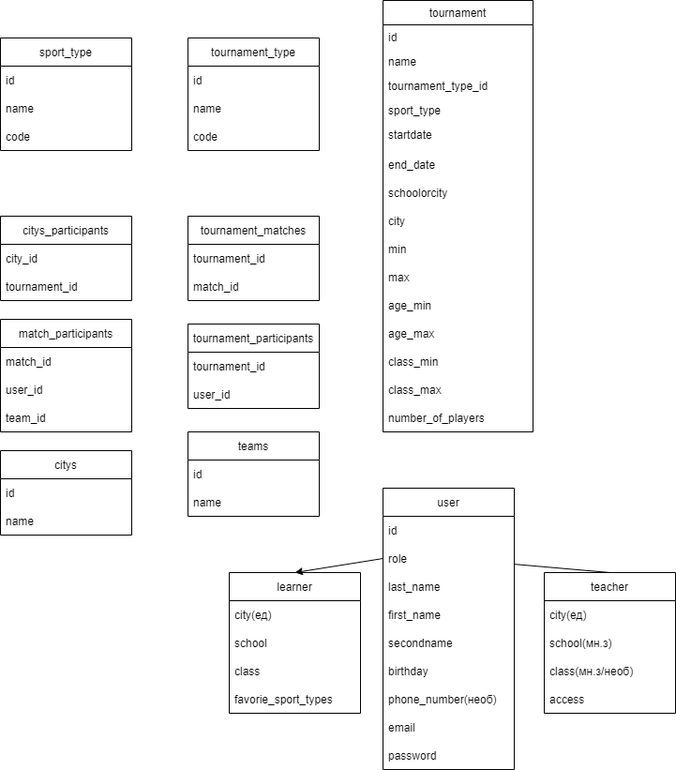
This is wiki/TournamentsUsers.png from SCSummer2022/backend, a draw.io export, as it was before one commit. Source tidied: cells renumbered, new cells last; positions are measured from the earlier drawing's top-left corner, leaving out a move shared by most shapes.
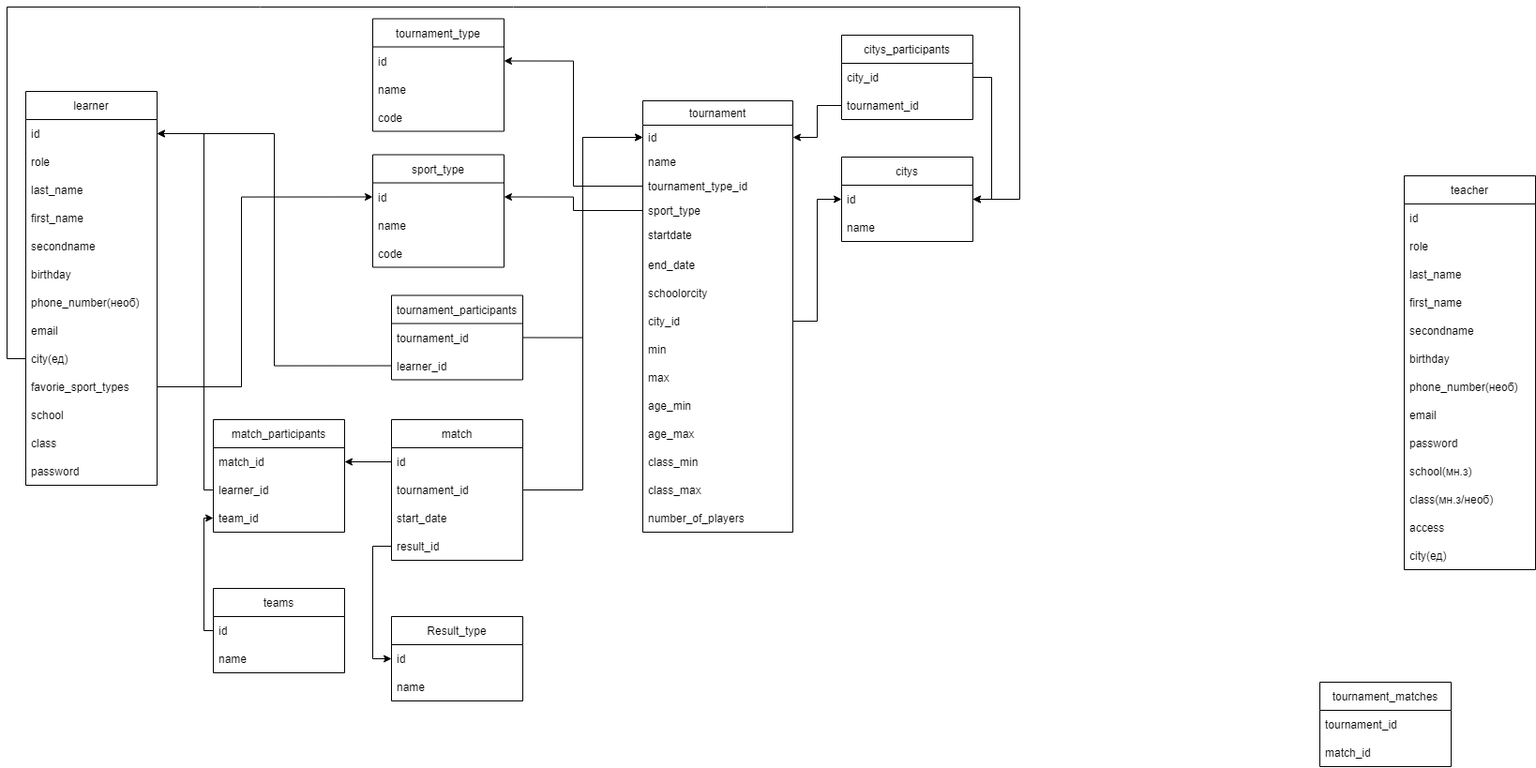
The same file after the commit.

Commit message:
Изменная схема  таблиц

The edit, as a diff of the source:
```diff
@@ -28,3 +28,3 @@
     </mxCell>
-    <mxCell id="10" value="city" style="text;strokeColor=none;fillColor=none;align=left;verticalAlign=middle;spacingLeft=4;spacingRight=4;overflow=hidden;points=[[0,0.5],[1,0.5]];portConstraint=eastwest;" parent="2" vertex="1">
+    <mxCell id="10" value="city_id" style="text;strokeColor=none;fillColor=none;align=left;verticalAlign=middle;spacingLeft=4;spacingRight=4;overflow=hidden;points=[[0,0.5],[1,0.5]];portConstraint=eastwest;" parent="2" vertex="1">
       <mxGeometry y="220" width="160" height="30" as="geometry" />
@@ -53,3 +53,3 @@
     <mxCell id="18" value="tournament_matches" style="swimlane;fontStyle=0;horizontal=1;startSize=30;" parent="1" vertex="1">
-      <mxGeometry x="200" y="230" width="140" height="90" as="geometry" />
+      <mxGeometry x="1130" y="620" width="140" height="90" as="geometry" />
     </mxCell>
@@ -62,3 +62,3 @@
     <mxCell id="21" value="tournament_type" style="swimlane;fontStyle=0;horizontal=1;startSize=30;" parent="1" vertex="1">
-      <mxGeometry x="200" y="40" width="140" height="120" as="geometry" />
+      <mxGeometry x="120" y="-87.5" width="140" height="120" as="geometry" />
     </mxCell>
@@ -74,3 +74,3 @@
     <mxCell id="25" value="sport_type" style="swimlane;fontStyle=0;horizontal=1;startSize=30;" parent="1" vertex="1">
-      <mxGeometry y="40" width="140" height="120" as="geometry" />
+      <mxGeometry x="120" y="57.5" width="140" height="120" as="geometry" />
     </mxCell>
@@ -86,3 +86,3 @@
     <mxCell id="29" value="citys_participants" style="swimlane;fontStyle=0;horizontal=1;startSize=30;" parent="1" vertex="1">
-      <mxGeometry y="230" width="140" height="90" as="geometry" />
+      <mxGeometry x="620" y="-70" width="140" height="90" as="geometry" />
     </mxCell>
@@ -95,3 +95,3 @@
     <mxCell id="32" value="tournament_participants" style="swimlane;fontStyle=0;horizontal=1;startSize=30;" parent="1" vertex="1">
-      <mxGeometry x="200" y="345" width="140" height="90" as="geometry" />
+      <mxGeometry x="140" y="207.5" width="140" height="90" as="geometry" />
     </mxCell>
@@ -100,3 +100,3 @@
     </mxCell>
-    <mxCell id="34" value="user_id" style="text;strokeColor=none;fillColor=none;align=left;verticalAlign=middle;spacingLeft=4;spacingRight=4;overflow=hidden;points=[[0,0.5],[1,0.5]];portConstraint=eastwest;" parent="32" vertex="1">
+    <mxCell id="34" value="learner_id" style="text;strokeColor=none;fillColor=none;align=left;verticalAlign=middle;spacingLeft=4;spacingRight=4;overflow=hidden;points=[[0,0.5],[1,0.5]];portConstraint=eastwest;" parent="32" vertex="1">
       <mxGeometry y="60" width="140" height="30" as="geometry" />
@@ -104,3 +104,3 @@
     <mxCell id="35" value="match_participants" style="swimlane;fontStyle=0;horizontal=1;startSize=30;" parent="1" vertex="1">
-      <mxGeometry y="340" width="140" height="120" as="geometry" />
+      <mxGeometry x="-50" y="340" width="140" height="120" as="geometry" />
     </mxCell>
@@ -109,3 +109,3 @@
     </mxCell>
-    <mxCell id="37" value="user_id" style="text;strokeColor=none;fillColor=none;align=left;verticalAlign=middle;spacingLeft=4;spacingRight=4;overflow=hidden;points=[[0,0.5],[1,0.5]];portConstraint=eastwest;" parent="35" vertex="1">
+    <mxCell id="37" value="learner_id" style="text;strokeColor=none;fillColor=none;align=left;verticalAlign=middle;spacingLeft=4;spacingRight=4;overflow=hidden;points=[[0,0.5],[1,0.5]];portConstraint=eastwest;" parent="35" vertex="1">
       <mxGeometry y="60" width="140" height="30" as="geometry" />
@@ -116,3 +116,3 @@
     <mxCell id="39" value="teams" style="swimlane;fontStyle=0;horizontal=1;startSize=30;" parent="1" vertex="1">
-      <mxGeometry x="200" y="460" width="140" height="90" as="geometry" />
+      <mxGeometry x="-50" y="520" width="140" height="90" as="geometry" />
     </mxCell>
@@ -125,3 +125,3 @@
     <mxCell id="42" value="citys" style="swimlane;fontStyle=0;horizontal=1;startSize=30;" parent="1" vertex="1">
-      <mxGeometry y="480" width="140" height="90" as="geometry" />
+      <mxGeometry x="620" y="60" width="140" height="90" as="geometry" />
     </mxCell>
@@ -133,4 +133,4 @@
     </mxCell>
-    <mxCell id="45" value="user" style="swimlane;fontStyle=0;horizontal=1;startSize=30;" parent="1" vertex="1">
-      <mxGeometry x="408" y="520" width="140" height="300" as="geometry" />
+    <mxCell id="45" value="learner" style="swimlane;fontStyle=0;horizontal=1;startSize=30;" parent="1" vertex="1">
+      <mxGeometry x="-250" y="-10" width="140" height="420" as="geometry" />
     </mxCell>
@@ -160,41 +160,147 @@
     </mxCell>
+    <mxCell id="62" value="city(ед)" style="text;strokeColor=none;fillColor=none;align=left;verticalAlign=middle;spacingLeft=4;spacingRight=4;overflow=hidden;points=[[0,0.5],[1,0.5]];portConstraint=eastwest;" parent="45" vertex="1">
+      <mxGeometry y="270" width="140" height="30" as="geometry" />
+    </mxCell>
+    <mxCell id="65" value="favorie_sport_types" style="text;strokeColor=none;fillColor=none;align=left;verticalAlign=middle;spacingLeft=4;spacingRight=4;overflow=hidden;points=[[0,0.5],[1,0.5]];portConstraint=eastwest;" parent="45" vertex="1">
+      <mxGeometry y="300" width="140" height="30" as="geometry" />
+    </mxCell>
+    <mxCell id="63" value="school" style="text;strokeColor=none;fillColor=none;align=left;verticalAlign=middle;spacingLeft=4;spacingRight=4;overflow=hidden;" parent="45" vertex="1">
+      <mxGeometry y="330" width="140" height="30" as="geometry" />
+    </mxCell>
+    <mxCell id="64" value="class" style="text;strokeColor=none;fillColor=none;align=left;verticalAlign=middle;spacingLeft=4;spacingRight=4;overflow=hidden;" parent="45" vertex="1">
+      <mxGeometry y="360" width="140" height="30" as="geometry" />
+    </mxCell>
     <mxCell id="54" value="password" style="text;strokeColor=none;fillColor=none;align=left;verticalAlign=middle;spacingLeft=4;spacingRight=4;overflow=hidden;" parent="45" vertex="1">
-      <mxGeometry y="270" width="140" height="30" as="geometry" />
+      <mxGeometry y="390" width="140" height="30" as="geometry" />
     </mxCell>
+    <mxCell id="67" style="edgeStyle=orthogonalEdgeStyle;rounded=0;jettySize=auto;html=1;exitX=0;exitY=0.5;exitDx=0;exitDy=0;entryX=1;entryY=0.5;entryDx=0;entryDy=0;" parent="1" edge="1" source="5" target="22">
+      <mxGeometry relative="1" as="geometry" />
+    </mxCell>
+    <mxCell id="68" style="edgeStyle=orthogonalEdgeStyle;rounded=0;jettySize=auto;html=1;exitX=0;exitY=0.5;exitDx=0;exitDy=0;entryX=1;entryY=0.5;entryDx=0;entryDy=0;" parent="1" edge="1" source="6" target="26">
+      <mxGeometry relative="1" as="geometry" />
+    </mxCell>
+    <mxCell id="69" style="edgeStyle=orthogonalEdgeStyle;rounded=0;jettySize=auto;html=1;exitX=1;exitY=0.5;exitDx=0;exitDy=0;entryX=0;entryY=0.5;entryDx=0;entryDy=0;" parent="1" edge="1" source="10" target="43">
+      <mxGeometry relative="1" as="geometry" />
+    </mxCell>
+    <mxCell id="70" style="edgeStyle=orthogonalEdgeStyle;rounded=0;jettySize=auto;html=1;exitX=1;exitY=0.5;exitDx=0;exitDy=0;entryX=1;entryY=0.5;entryDx=0;entryDy=0;" parent="1" edge="1" source="30" target="43">
+      <mxGeometry relative="1" as="geometry" />
+    </mxCell>
+    <mxCell id="71" style="edgeStyle=orthogonalEdgeStyle;rounded=0;jettySize=auto;html=1;exitX=0;exitY=0.5;exitDx=0;exitDy=0;entryX=1;entryY=0.5;entryDx=0;entryDy=0;" parent="1" edge="1" source="31" target="3">
+      <mxGeometry relative="1" as="geometry" />
+    </mxCell>
+    <mxCell id="72" style="edgeStyle=orthogonalEdgeStyle;rounded=0;jettySize=auto;html=1;exitX=1;exitY=0.5;exitDx=0;exitDy=0;entryX=0;entryY=0.5;entryDx=0;entryDy=0;" parent="1" edge="1" source="33" target="3">
+      <mxGeometry relative="1" as="geometry" />
+    </mxCell>
     <mxCell id="55" value="teacher" style="swimlane;fontStyle=0;horizontal=1;startSize=30;" parent="1" vertex="1">
-      <mxGeometry x="580" y="610" width="140" height="150" as="geometry" />
+      <mxGeometry x="1220" y="80" width="140" height="420" as="geometry" />
     </mxCell>
-    <mxCell id="56" value="city(ед)" style="text;strokeColor=none;fillColor=none;align=left;verticalAlign=middle;spacingLeft=4;spacingRight=4;overflow=hidden;" parent="55" vertex="1">
-      <mxGeometry y="30" width="140" height="30" as="geometry" />
-    </mxCell>
+    <mxCell id="73" value="id" style="text;strokeColor=none;fillColor=none;align=left;verticalAlign=middle;spacingLeft=4;spacingRight=4;overflow=hidden;" parent="55" vertex="1">
+      <mxGeometry y="30" width="140" height="30" as="geometry" />
+    </mxCell>
+    <mxCell id="74" value="role" style="text;strokeColor=none;fillColor=none;align=left;verticalAlign=middle;spacingLeft=4;spacingRight=4;overflow=hidden;" parent="55" vertex="1">
+      <mxGeometry y="60" width="140" height="30" as="geometry" />
+    </mxCell>
+    <mxCell id="75" value="last_name" style="text;strokeColor=none;fillColor=none;align=left;verticalAlign=middle;spacingLeft=4;spacingRight=4;overflow=hidden;" parent="55" vertex="1">
+      <mxGeometry y="90" width="140" height="30" as="geometry" />
+    </mxCell>
+    <mxCell id="76" value="first_name" style="text;strokeColor=none;fillColor=none;align=left;verticalAlign=middle;spacingLeft=4;spacingRight=4;overflow=hidden;" parent="55" vertex="1">
+      <mxGeometry y="120" width="140" height="30" as="geometry" />
+    </mxCell>
+    <mxCell id="77" value="secondname" style="text;strokeColor=none;fillColor=none;align=left;verticalAlign=middle;spacingLeft=4;spacingRight=4;overflow=hidden;" parent="55" vertex="1">
+      <mxGeometry y="150" width="140" height="30" as="geometry" />
+    </mxCell>
+    <mxCell id="78" value="birthday" style="text;strokeColor=none;fillColor=none;align=left;verticalAlign=middle;spacingLeft=4;spacingRight=4;overflow=hidden;" parent="55" vertex="1">
+      <mxGeometry y="180" width="140" height="30" as="geometry" />
+    </mxCell>
+    <mxCell id="79" value="phone_number(необ)" style="text;strokeColor=none;fillColor=none;align=left;verticalAlign=middle;spacingLeft=4;spacingRight=4;overflow=hidden;" parent="55" vertex="1">
+      <mxGeometry y="210" width="140" height="30" as="geometry" />
+    </mxCell>
+    <mxCell id="80" value="email" style="text;strokeColor=none;fillColor=none;align=left;verticalAlign=middle;spacingLeft=4;spacingRight=4;overflow=hidden;" parent="55" vertex="1">
+      <mxGeometry y="240" width="140" height="30" as="geometry" />
+    </mxCell>
+    <mxCell id="81" value="password" style="text;strokeColor=none;fillColor=none;align=left;verticalAlign=middle;spacingLeft=4;spacingRight=4;overflow=hidden;" parent="55" vertex="1">
+      <mxGeometry y="270" width="140" height="30" as="geometry" />
+    </mxCell>
     <mxCell id="57" value="school(мн.з)" style="text;strokeColor=none;fillColor=none;align=left;verticalAlign=middle;spacingLeft=4;spacingRight=4;overflow=hidden;" parent="55" vertex="1">
-      <mxGeometry y="60" width="140" height="30" as="geometry" />
+      <mxGeometry y="300" width="140" height="30" as="geometry" />
     </mxCell>
     <mxCell id="58" value="class(мн.з/необ)" style="text;strokeColor=none;fillColor=none;align=left;verticalAlign=middle;spacingLeft=4;spacingRight=4;overflow=hidden;" parent="55" vertex="1">
-      <mxGeometry y="90" width="140" height="30" as="geometry" />
+      <mxGeometry y="330" width="140" height="30" as="geometry" />
     </mxCell>
     <mxCell id="59" value="access" style="text;strokeColor=none;fillColor=none;align=left;verticalAlign=middle;spacingLeft=4;spacingRight=4;overflow=hidden;" parent="55" vertex="1">
-      <mxGeometry y="120" width="140" height="30" as="geometry" />
+      <mxGeometry y="360" width="140" height="30" as="geometry" />
     </mxCell>
-    <mxCell id="60" style="endArrow=none;html=1;rounded=0;entryX=0.5;entryY=0;entryDx=0;entryDy=0;" parent="1" edge="1" source="47" target="55">
-      <mxGeometry relative="1" as="geometry" />
-    </mxCell>
-    <mxCell id="61" value="learner" style="swimlane;fontStyle=0;horizontal=1;startSize=30;" parent="1" vertex="1">
-      <mxGeometry x="244" y="610" width="140" height="150" as="geometry" />
-    </mxCell>
-    <mxCell id="62" value="city(ед)" style="text;strokeColor=none;fillColor=none;align=left;verticalAlign=middle;spacingLeft=4;spacingRight=4;overflow=hidden;points=[[0,0.5],[1,0.5]];portConstraint=eastwest;" parent="61" vertex="1">
-      <mxGeometry y="30" width="140" height="30" as="geometry" />
-    </mxCell>
-    <mxCell id="63" value="school" style="text;strokeColor=none;fillColor=none;align=left;verticalAlign=middle;spacingLeft=4;spacingRight=4;overflow=hidden;" parent="61" vertex="1">
-      <mxGeometry y="60" width="140" height="30" as="geometry" />
-    </mxCell>
-    <mxCell id="64" value="class" style="text;strokeColor=none;fillColor=none;align=left;verticalAlign=middle;spacingLeft=4;spacingRight=4;overflow=hidden;" parent="61" vertex="1">
-      <mxGeometry y="90" width="140" height="30" as="geometry" />
-    </mxCell>
-    <mxCell id="65" value="favorie_sport_types" style="text;strokeColor=none;fillColor=none;align=left;verticalAlign=middle;spacingLeft=4;spacingRight=4;overflow=hidden;points=[[0,0.5],[1,0.5]];portConstraint=eastwest;" parent="61" vertex="1">
-      <mxGeometry y="120" width="140" height="30" as="geometry" />
-    </mxCell>
-    <mxCell id="66" style="rounded=0;jettySize=auto;html=1;exitX=0;exitY=0.5;exitDx=0;exitDy=0;entryX=0.5;entryY=0;entryDx=0;entryDy=0;" parent="1" edge="1" source="47" target="61">
-      <mxGeometry relative="1" as="geometry" />
-    </mxCell>
+    <mxCell id="56" value="city(ед)" style="text;strokeColor=none;fillColor=none;align=left;verticalAlign=middle;spacingLeft=4;spacingRight=4;overflow=hidden;" parent="55" vertex="1">
+      <mxGeometry y="390" width="140" height="30" as="geometry" />
+    </mxCell>
+    <mxCell id="82" style="edgeStyle=orthogonalEdgeStyle;rounded=0;jettySize=auto;html=1;exitX=0;exitY=0.5;exitDx=0;exitDy=0;entryX=1;entryY=0.5;entryDx=0;entryDy=0;" parent="1" edge="1" source="34" target="46">
+      <mxGeometry relative="1" as="geometry" />
+    </mxCell>
+    <mxCell id="83" value="match" style="swimlane;fontStyle=0;horizontal=1;startSize=30;" parent="1" vertex="1">
+      <mxGeometry x="140" y="340" width="140" height="150" as="geometry" />
+    </mxCell>
+    <mxCell id="84" value="id" style="text;strokeColor=none;fillColor=none;align=left;verticalAlign=middle;spacingLeft=4;spacingRight=4;overflow=hidden;points=[[0,0.5],[1,0.5]];portConstraint=eastwest;" parent="83" vertex="1">
+      <mxGeometry y="30" width="140" height="30" as="geometry" />
+    </mxCell>
+    <mxCell id="85" value="tournament_id" style="text;strokeColor=none;fillColor=none;align=left;verticalAlign=middle;spacingLeft=4;spacingRight=4;overflow=hidden;points=[[0,0.5],[1,0.5]];portConstraint=eastwest;" parent="83" vertex="1">
+      <mxGeometry y="60" width="140" height="30" as="geometry" />
+    </mxCell>
+    <mxCell id="86" value="start_date" style="text;strokeColor=none;fillColor=none;align=left;verticalAlign=middle;spacingLeft=4;spacingRight=4;overflow=hidden;" parent="83" vertex="1">
+      <mxGeometry y="90" width="140" height="30" as="geometry" />
+    </mxCell>
+    <mxCell id="87" value="result_id" style="text;strokeColor=none;fillColor=none;align=left;verticalAlign=middle;spacingLeft=4;spacingRight=4;overflow=hidden;points=[[0,0.5],[1,0.5]];portConstraint=eastwest;" parent="83" vertex="1">
+      <mxGeometry y="120" width="140" height="30" as="geometry" />
+    </mxCell>
+    <mxCell id="88" style="edgeStyle=orthogonalEdgeStyle;rounded=0;jettySize=auto;html=1;exitX=1;exitY=0.5;exitDx=0;exitDy=0;entryX=0;entryY=0.5;entryDx=0;entryDy=0;" parent="1" edge="1" source="85" target="3">
+      <mxGeometry relative="1" as="geometry" />
+    </mxCell>
+    <mxCell id="89" style="edgeStyle=orthogonalEdgeStyle;rounded=0;jettySize=auto;html=1;exitX=0;exitY=0.5;exitDx=0;exitDy=0;entryX=1;entryY=0.5;entryDx=0;entryDy=0;" parent="1" edge="1" source="84" target="36">
+      <mxGeometry relative="1" as="geometry" />
+    </mxCell>
+    <mxCell id="90" style="edgeStyle=orthogonalEdgeStyle;rounded=0;jettySize=auto;html=1;exitX=0;exitY=0.5;exitDx=0;exitDy=0;entryX=1;entryY=0.5;entryDx=0;entryDy=0;" parent="1" edge="1" source="37" target="46">
+      <mxGeometry relative="1" as="geometry">
+        <Array as="points">
+          <mxPoint x="-60" y="415" />
+          <mxPoint x="-60" y="35" />
+        </Array>
+      </mxGeometry>
+    </mxCell>
+    <mxCell id="91" style="edgeStyle=orthogonalEdgeStyle;rounded=0;jettySize=auto;html=1;exitX=0;exitY=0.5;exitDx=0;exitDy=0;entryX=0;entryY=0.5;entryDx=0;entryDy=0;" parent="1" edge="1" source="40" target="38">
+      <mxGeometry relative="1" as="geometry">
+        <Array as="points">
+          <mxPoint x="-60" y="565" />
+          <mxPoint x="-60" y="445" />
+        </Array>
+      </mxGeometry>
+    </mxCell>
+    <mxCell id="92" value="Result_type" style="swimlane;fontStyle=0;horizontal=1;startSize=30;" parent="1" vertex="1">
+      <mxGeometry x="140" y="550" width="140" height="90" as="geometry" />
+    </mxCell>
+    <mxCell id="93" value="id" style="text;strokeColor=none;fillColor=none;align=left;verticalAlign=middle;spacingLeft=4;spacingRight=4;overflow=hidden;points=[[0,0.5],[1,0.5]];portConstraint=eastwest;" parent="92" vertex="1">
+      <mxGeometry y="30" width="140" height="30" as="geometry" />
+    </mxCell>
+    <mxCell id="94" value="name" style="text;strokeColor=none;fillColor=none;align=left;verticalAlign=middle;spacingLeft=4;spacingRight=4;overflow=hidden;" parent="92" vertex="1">
+      <mxGeometry y="60" width="140" height="30" as="geometry" />
+    </mxCell>
+    <mxCell id="95" style="edgeStyle=orthogonalEdgeStyle;rounded=0;jettySize=auto;html=1;exitX=0;exitY=0.5;exitDx=0;exitDy=0;entryX=0;entryY=0.5;entryDx=0;entryDy=0;" parent="1" edge="1" source="87" target="93">
+      <mxGeometry relative="1" as="geometry" />
+    </mxCell>
+    <mxCell id="96" style="edgeStyle=orthogonalEdgeStyle;rounded=0;jettySize=auto;html=1;exitX=0;exitY=0.5;exitDx=0;exitDy=0;entryX=1;entryY=0.5;entryDx=0;entryDy=0;" parent="1" edge="1" source="62" target="43">
+      <mxGeometry relative="1" as="geometry">
+        <Array as="points">
+          <mxPoint x="-270" y="275" />
+          <mxPoint x="-270" y="-100" />
+          <mxPoint x="810" y="-100" />
+          <mxPoint x="810" y="105" />
+        </Array>
+      </mxGeometry>
+    </mxCell>
+    <mxCell id="97" style="edgeStyle=orthogonalEdgeStyle;rounded=0;jettySize=auto;html=1;exitX=1;exitY=0.5;exitDx=0;exitDy=0;entryX=0;entryY=0.5;entryDx=0;entryDy=0;" parent="1" edge="1" source="65" target="26">
+      <mxGeometry relative="1" as="geometry">
+        <Array as="points">
+          <mxPoint x="-20" y="305" />
+          <mxPoint x="-20" y="102" />
+        </Array>
+      </mxGeometry>
+    </mxCell>
   </root>
```
